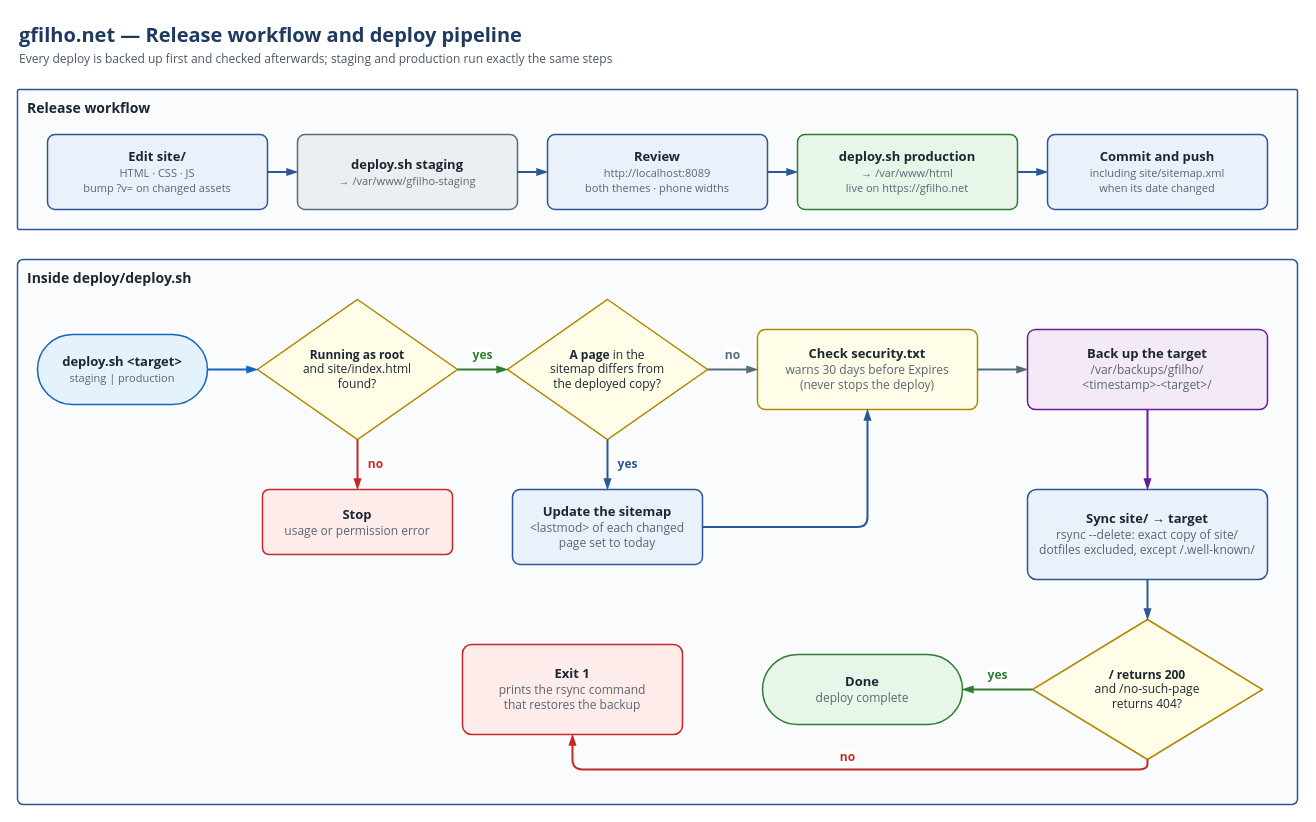
Before: docs/architecture/gfilho-deploy-pipeline.drawio in biazini/gfilho-website, a draw.io diagram. Source tidied: cells renumbered, new cells numbered last; positions are measured from the earlier drawing's top-left corner, leaving out a move shared by most shapes. Both pictures are drawn from the tidied source at 100%, with x=0, y=0 at pixel (17, 17).
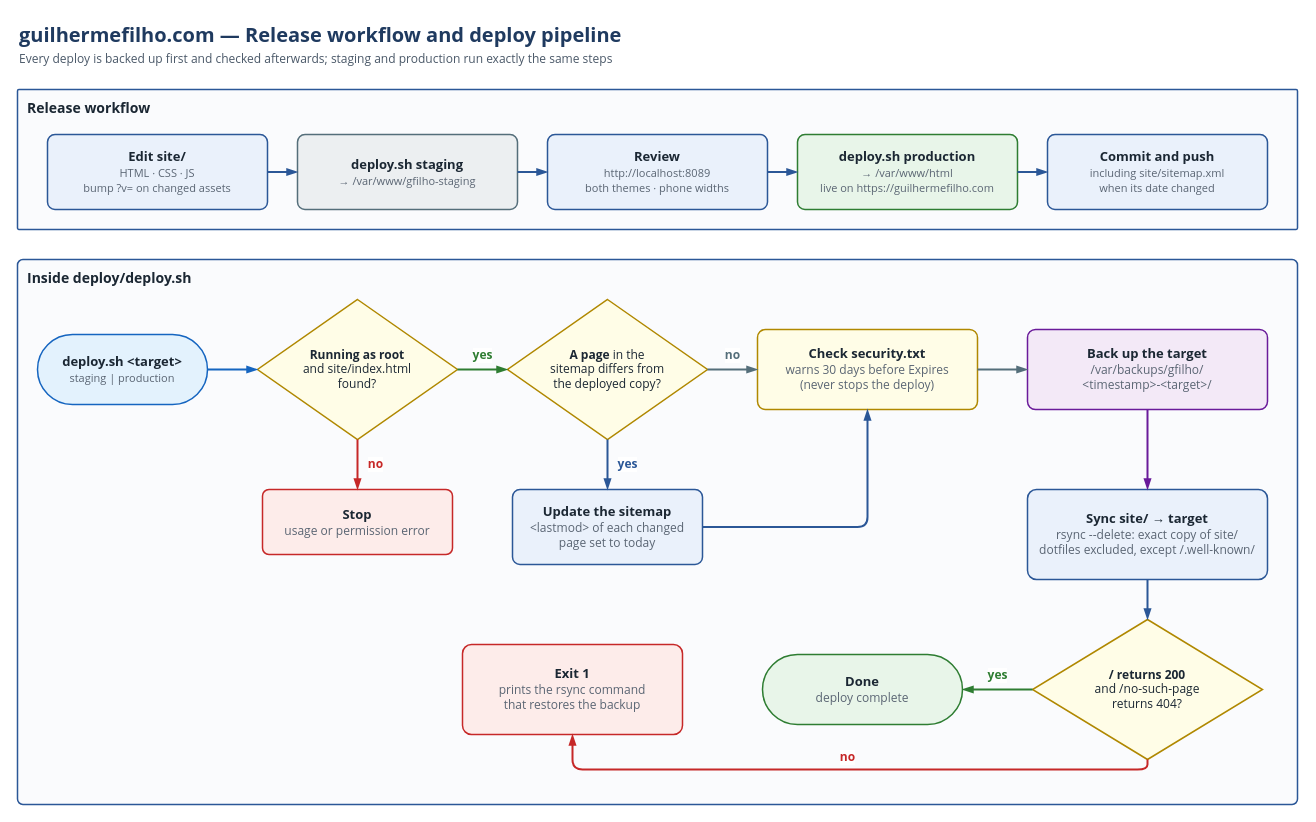
After the change.

The change refers to these unchanged cells:
```xml
<mxCell id="4" value="Release workflow" style="rounded=1;whiteSpace=wrap;html=1;fillColor=#FAFBFD;strokeColor=#2B5797;fontSize=14;arcSize=1;fontFamily=Segoe UI;fontColor=#1B2733;align=left;verticalAlign=top;spacingTop=4;spacingLeft=8;fontStyle=1;strokeWidth=1.5;" parent="1" vertex="1">
  <mxGeometry y="72" width="1280" height="140" as="geometry" />
</mxCell>
```

What changed in the source:
```diff
@@
-    <mxCell id="2" value="gfilho.net — Release workflow and deploy pipeline" style="text;html=1;align=left;verticalAlign=middle;fontSize=20;fontStyle=1;fontColor=#1F3A5F;fontFamily=Segoe UI;" parent="1" vertex="1">
+    <mxCell id="2" value="guilhermefilho.com — Release workflow and deploy pipeline" style="text;html=1;align=left;verticalAlign=middle;fontSize=20;fontStyle=1;fontColor=#1F3A5F;fontFamily=Segoe UI;" parent="1" vertex="1">
       <mxGeometry width="1280" height="34" as="geometry" />
     </mxCell>
@@
-    <mxCell id="8" value="&lt;b&gt;deploy.sh production&lt;/b&gt;&lt;br&gt;&lt;font style=&quot;font-size:11px&quot; color=&quot;#5A6573&quot;&gt;→ /var/www/html&lt;br&gt;live on https://gfilho.net&lt;/font&gt;" style="rounded=1;whiteSpace=wrap;html=1;fillColor=#E8F5E9;strokeColor=#2E7D32;fontSize=13;arcSize=10;fontFamily=Segoe UI;fontColor=#1B2733;align=center;strokeWidth=1.5;spacing=6;" parent="4" vertex="1">
+    <mxCell id="8" value="&lt;b&gt;deploy.sh production&lt;/b&gt;&lt;br&gt;&lt;font style=&quot;font-size:11px&quot; color=&quot;#5A6573&quot;&gt;→ /var/www/html&lt;br&gt;live on https://guilhermefilho.com&lt;/font&gt;" style="rounded=1;whiteSpace=wrap;html=1;fillColor=#E8F5E9;strokeColor=#2E7D32;fontSize=13;arcSize=10;fontFamily=Segoe UI;fontColor=#1B2733;align=center;strokeWidth=1.5;spacing=6;" parent="4" vertex="1">
       <mxGeometry x="780" y="45" width="220" height="75" as="geometry" />
     </mxCell>
```
